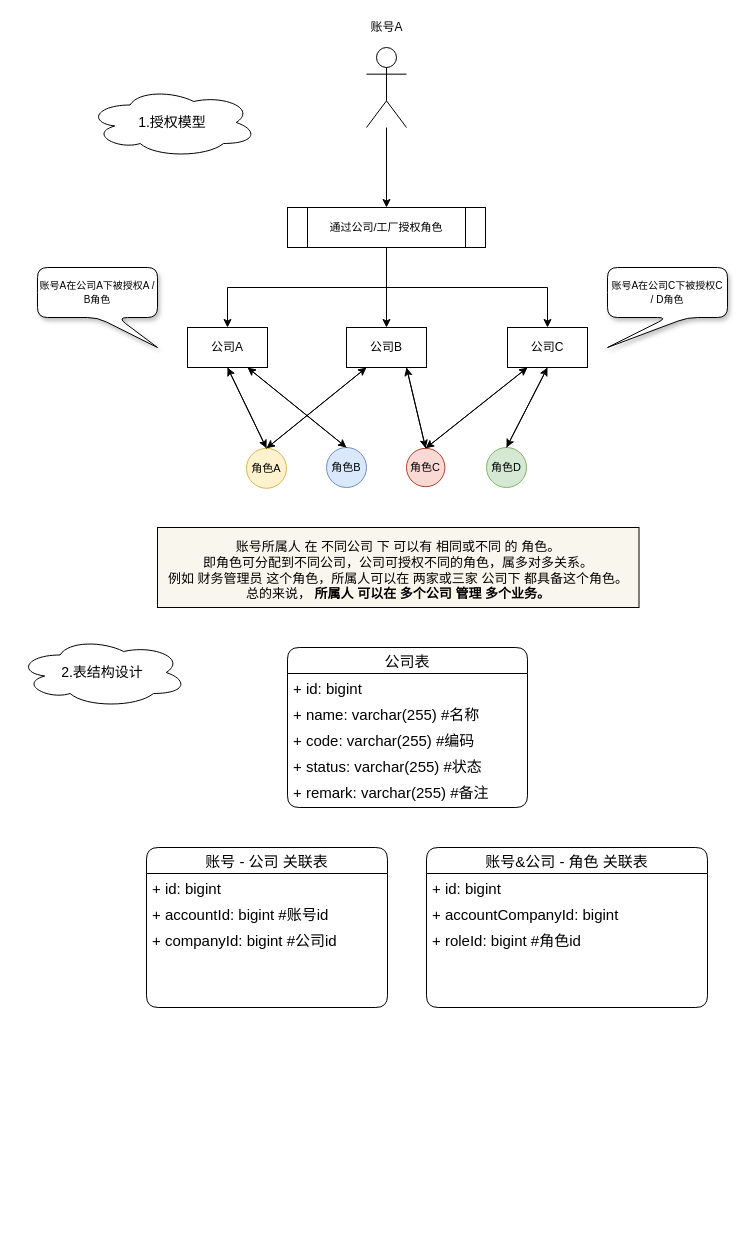
The draw.io diagram derucci-公司授权.drawio in LDChing0321/JavaLearn, before the edit. Source tidied: cells renumbered, new cells numbered last; positions are measured from the earlier drawing's top-left corner, leaving out a move shared by most shapes. Both pictures are drawn from the tidied source at 100%, with x=0, y=0 at pixel (17, 17).
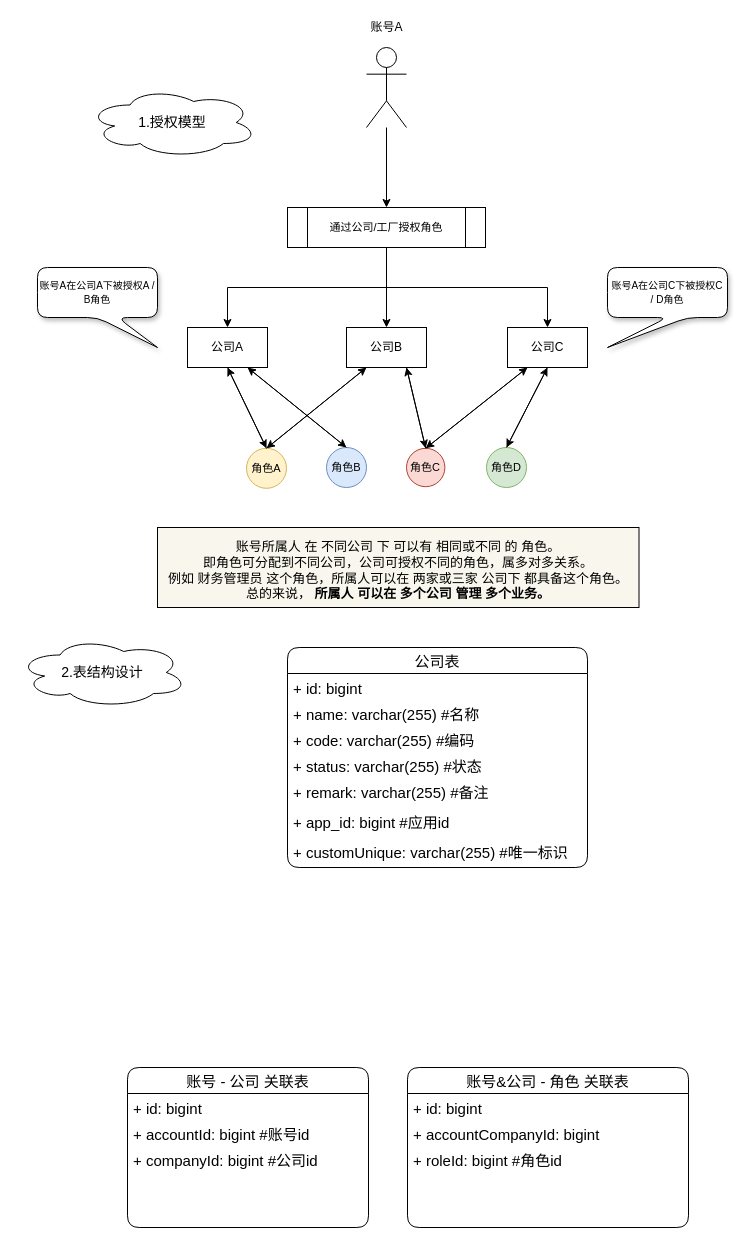
After the change.

Change to the diagram source:
```diff
@@
     <mxCell id="35" value="公司表" style="swimlane;fontStyle=0;horizontal=1;startSize=26;fillColor=none;rounded=1;shadow=0;glass=0;sketch=0;fontSize=15;strokeColor=default;" parent="1" vertex="1">
-      <mxGeometry x="270" y="630" width="240" height="160" as="geometry" />
+      <mxGeometry x="270" y="630" width="300" height="220" as="geometry" />
     </mxCell>
     <mxCell id="36" value="+ id: bigint" style="text;strokeColor=none;fillColor=none;align=left;verticalAlign=top;spacingLeft=4;spacingRight=4;overflow=hidden;rounded=1;shadow=0;glass=0;sketch=0;fontSize=15;" parent="35" vertex="1">
-      <mxGeometry y="26" width="240" height="26" as="geometry" />
+      <mxGeometry y="26" width="300" height="26" as="geometry" />
     </mxCell>
     <mxCell id="37" value="+ name: varchar(255) #名称" style="text;strokeColor=none;fillColor=none;align=left;verticalAlign=top;spacingLeft=4;spacingRight=4;overflow=hidden;rounded=1;shadow=0;glass=0;sketch=0;fontSize=15;" parent="35" vertex="1">
-      <mxGeometry y="52" width="240" height="26" as="geometry" />
+      <mxGeometry y="52" width="300" height="26" as="geometry" />
     </mxCell>
     <mxCell id="38" value="+ code: varchar(255) #编码" style="text;strokeColor=none;fillColor=none;align=left;verticalAlign=top;spacingLeft=4;spacingRight=4;overflow=hidden;rounded=1;shadow=0;glass=0;sketch=0;fontSize=15;" parent="35" vertex="1">
-      <mxGeometry y="78" width="240" height="26" as="geometry" />
+      <mxGeometry y="78" width="300" height="26" as="geometry" />
     </mxCell>
     <mxCell id="39" value="+ status: varchar(255) #状态&#10;" style="text;strokeColor=none;fillColor=none;align=left;verticalAlign=top;spacingLeft=4;spacingRight=4;overflow=hidden;rounded=1;shadow=0;glass=0;sketch=0;fontSize=15;" parent="35" vertex="1">
-      <mxGeometry y="104" width="240" height="26" as="geometry" />
+      <mxGeometry y="104" width="300" height="26" as="geometry" />
     </mxCell>
     <mxCell id="40" value="+ remark: varchar(255) #备注&#10;" style="text;strokeColor=none;fillColor=none;align=left;verticalAlign=top;spacingLeft=4;spacingRight=4;overflow=hidden;rounded=1;shadow=0;glass=0;sketch=0;fontSize=15;" parent="35" vertex="1">
-      <mxGeometry y="130" width="240" height="30" as="geometry" />
+      <mxGeometry y="130" width="300" height="30" as="geometry" />
     </mxCell>
+    <mxCell id="49" value="+ app_id: bigint #应用id&#10;" style="text;strokeColor=none;fillColor=none;align=left;verticalAlign=top;spacingLeft=4;spacingRight=4;overflow=hidden;rounded=1;shadow=0;glass=0;sketch=0;fontSize=15;" parent="35" vertex="1">
+      <mxGeometry y="160" width="300" height="30" as="geometry" />
+    </mxCell>
+    <mxCell id="50" value="+ customUnique: varchar(255) #唯一标识&#10;" style="text;strokeColor=none;fillColor=none;align=left;verticalAlign=top;spacingLeft=4;spacingRight=4;overflow=hidden;rounded=1;shadow=0;glass=0;sketch=0;fontSize=15;" parent="35" vertex="1">
+      <mxGeometry y="190" width="300" height="30" as="geometry" />
+    </mxCell>
     <mxCell id="41" value="账号&amp;公司 - 角色 关联表" style="swimlane;fontStyle=0;horizontal=1;startSize=26;fillColor=none;rounded=1;shadow=0;glass=0;sketch=0;fontSize=15;strokeColor=default;" parent="1" vertex="1">
-      <mxGeometry x="409" y="830" width="281" height="160" as="geometry" />
+      <mxGeometry x="390" y="1050" width="281" height="160" as="geometry" />
     </mxCell>
@@
     <mxCell id="45" value="账号 - 公司 关联表" style="swimlane;fontStyle=0;horizontal=1;startSize=26;fillColor=none;rounded=1;shadow=0;glass=0;sketch=0;fontSize=15;strokeColor=default;" parent="1" vertex="1">
-      <mxGeometry x="129" y="830" width="241" height="160" as="geometry" />
+      <mxGeometry x="110" y="1050" width="241" height="160" as="geometry" />
     </mxCell>
```
